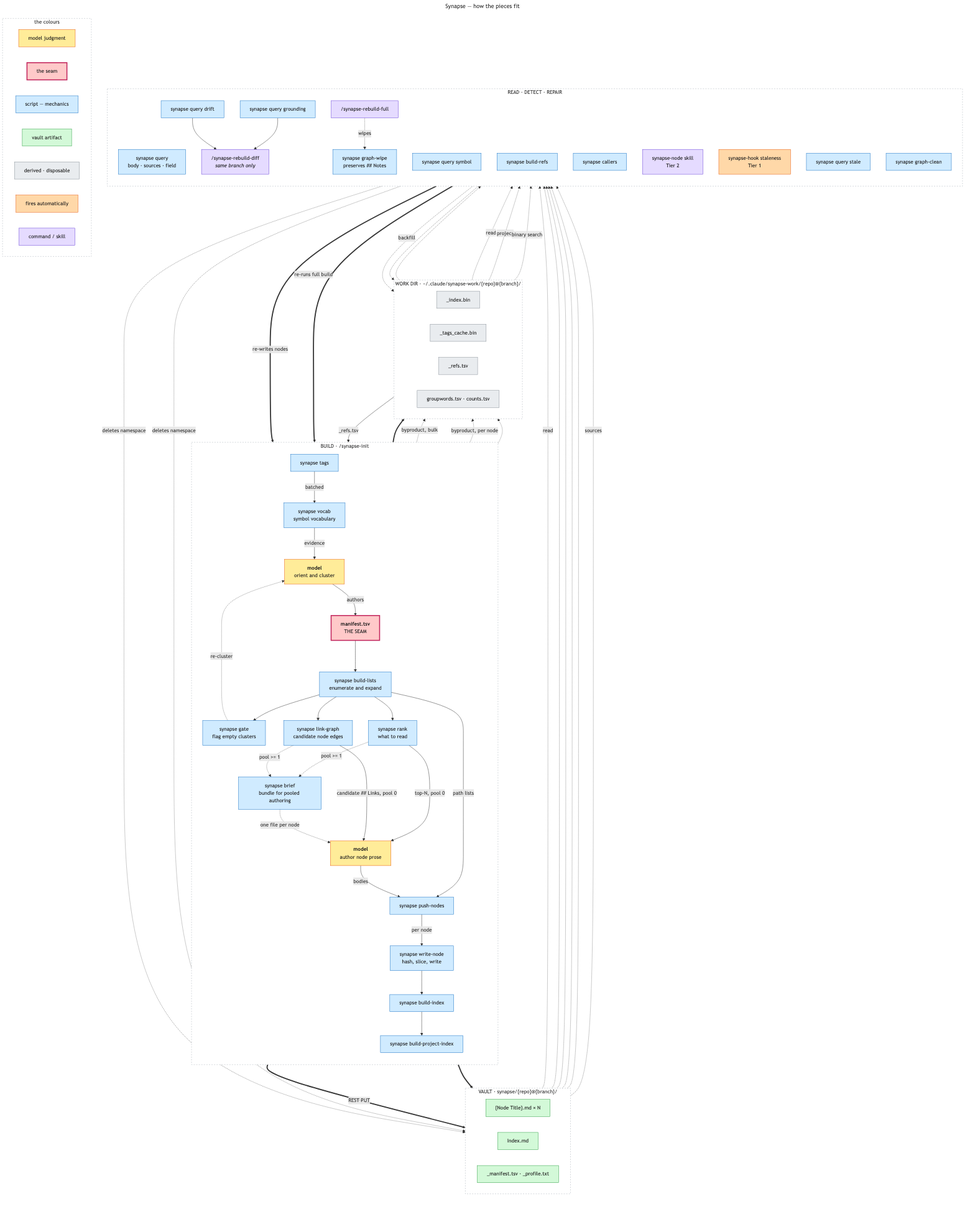
This is docs/synapse/diagrams/synapse-pipeline.png from imunitic/synapse, a Mermaid export, as it was before one commit. Its source is kept beside it as docs/synapse/diagrams/synapse-pipeline.mmd.
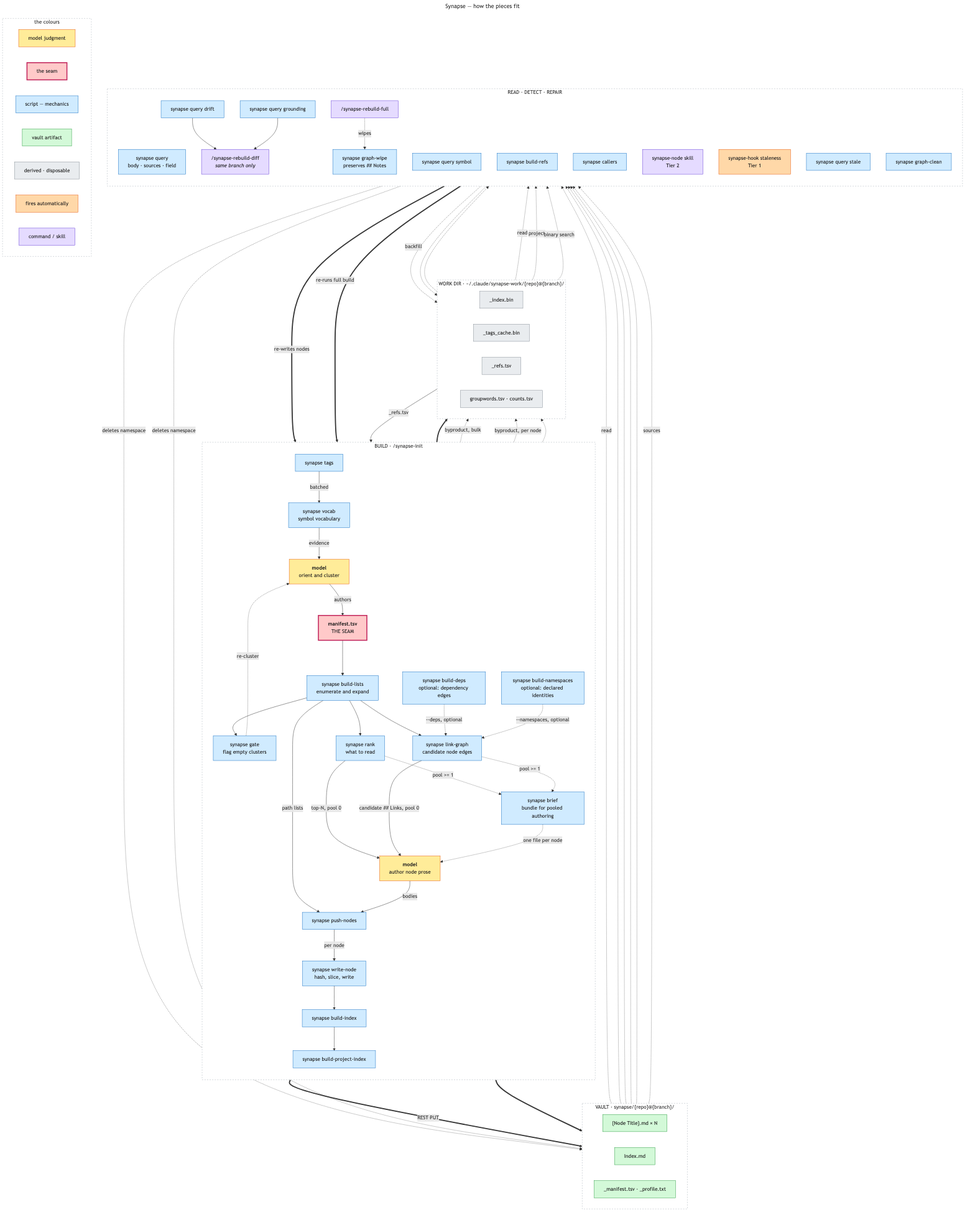
After the change.

Commit message:
docs: catch up prose/diagrams to the previous commit's real changes

Diff of the diagram source:
```diff
@@ -20,6 +20,8 @@
         GATE["synapse gate<br/>flag empty clusters"]
         RANK["synapse rank<br/>what to read"]
         LINKGRAPH["synapse link-graph<br/>candidate node edges"]
+        BUILDDEPS["synapse build-deps<br/>optional: dependency edges"]
+        BUILDNS["synapse build-namespaces<br/>optional: declared identities"]
         BRIEF["synapse brief<br/>bundle for pooled authoring"]
         PROSE["<b>model</b><br/>author node prose"]
         PUSH["synapse push-nodes"]
@@ -36,6 +38,8 @@
         LISTS --> RANK
         RANK -->|"top-N, pool 0"| PROSE
         LISTS --> LINKGRAPH
+        BUILDDEPS -.->|"--deps, optional"| LINKGRAPH
+        BUILDNS -.->|"--namespaces, optional"| LINKGRAPH
         LINKGRAPH -->|"candidate ## Links, pool 0"| PROSE
         RANK -.->|"pool >= 1"| BRIEF
         LINKGRAPH -.->|"pool >= 1"| BRIEF
@@ -109,7 +113,7 @@
 
     class ORIENT,PROSE model
     class MANIFEST seam
-    class LISTS,PUSH,WRITE,IDX,PIDX,TAGS,VOCAB,GATE,RANK,LINKGRAPH,BRIEF,QUERY,SYMBOL,REFS,CALLERS,STALE2,DRIFT,GROUND,CLEAN,WIPE script
+    class LISTS,PUSH,WRITE,IDX,PIDX,TAGS,VOCAB,GATE,RANK,LINKGRAPH,BUILDDEPS,BUILDNS,BRIEF,QUERY,SYMBOL,REFS,CALLERS,STALE2,DRIFT,GROUND,CLEAN,WIPE script
     class NODE,INDEX,AUX vault
     class IDXBIN,TAGSCACHE,REFSIDX,WORDS work
     class STALE1 hook
```
